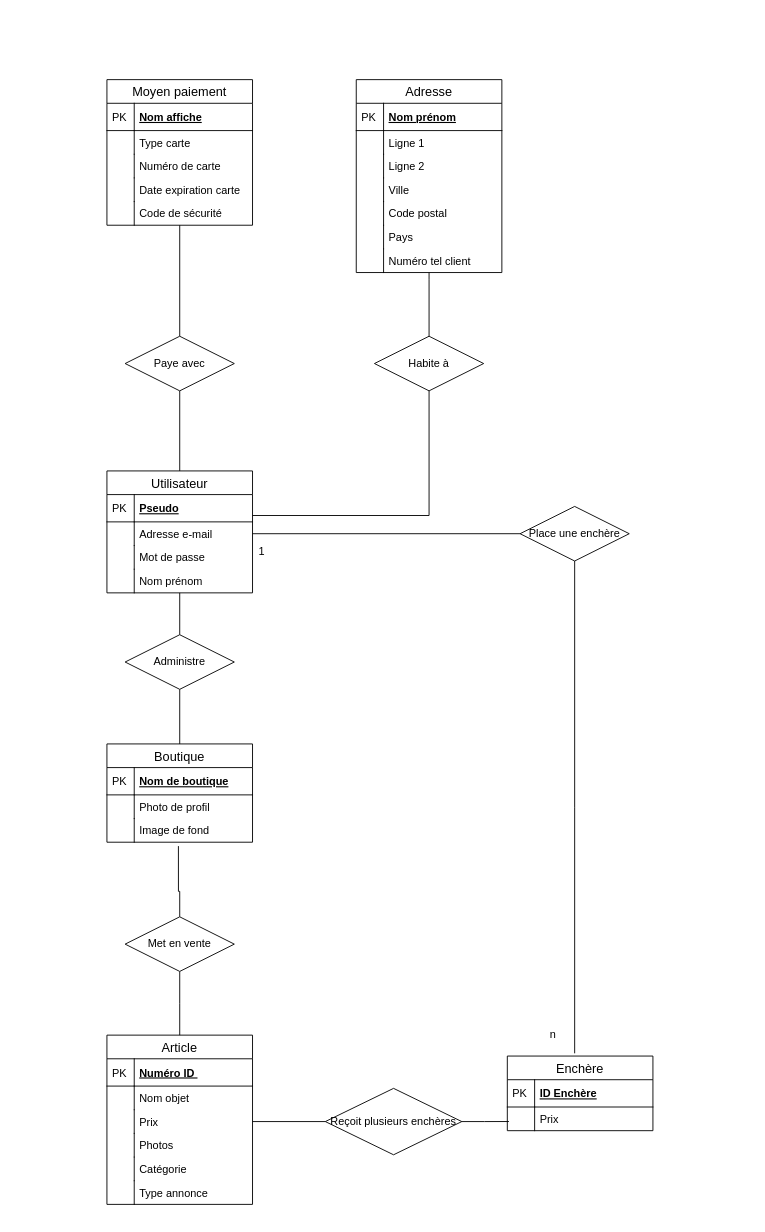
This is Untitled Diagram.drawio from mathis-brionne/PiscineING3, a draw.io file, before an edit. Source tidied: cells renumbered, new cells numbered last; positions are measured from the earlier drawing's top-left corner, leaving out a move shared by most shapes. Both pictures are drawn from the tidied source at 91%, with x=0, y=0 at pixel (106, 79).
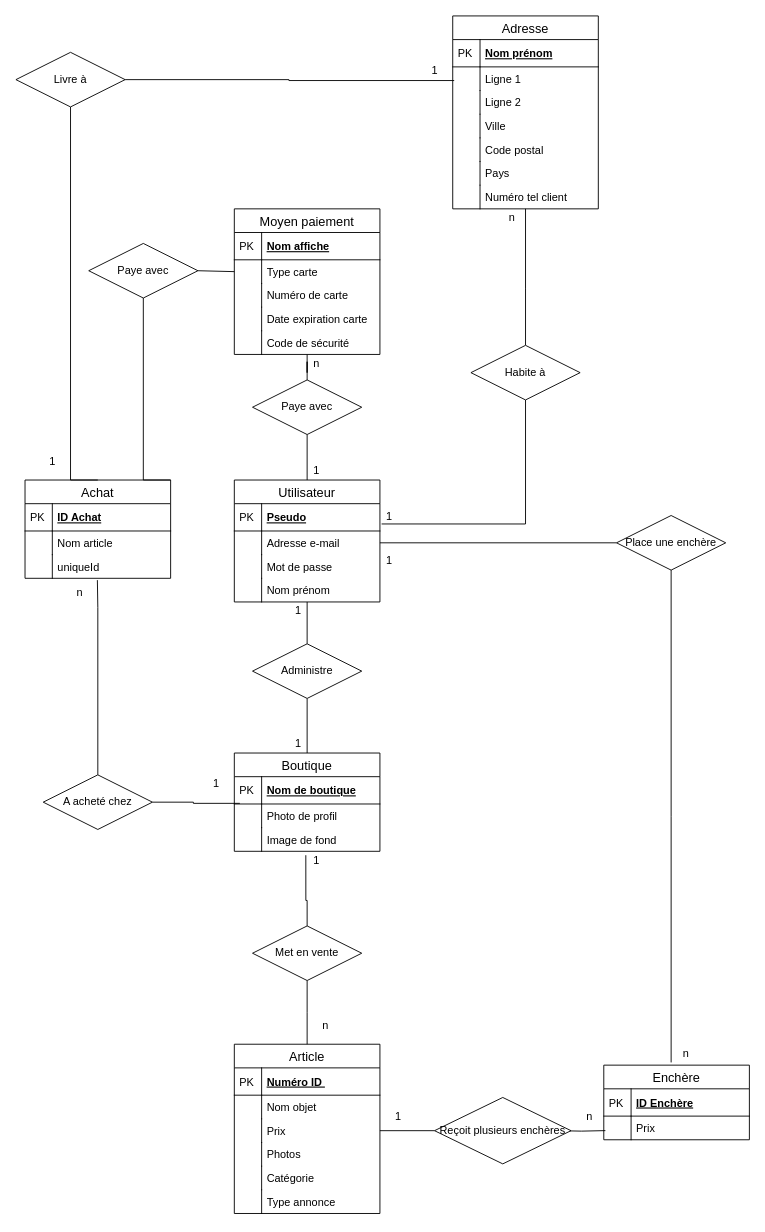
Above is the later version.

The change refers to these unchanged cells:
```xml
<mxCell id="6" value="Type carte" style="shape=partialRectangle;top=0;left=0;right=0;bottom=0;align=left;verticalAlign=top;fillColor=none;spacingLeft=34;spacingRight=4;overflow=hidden;points=[[0,0.5],[1,0.5]];portConstraint=eastwest;fontSize=12;" parent="3" vertex="1">
  <mxGeometry y="56" width="160" height="26" as="geometry" />
</mxCell>
<mxCell id="19" value="Ligne 2" style="shape=partialRectangle;top=0;left=0;right=0;bottom=0;align=left;verticalAlign=top;fillColor=none;spacingLeft=34;spacingRight=4;overflow=hidden;points=[[0,0.5],[1,0.5]];portConstraint=eastwest;fontSize=12;" parent="14" vertex="1">
  <mxGeometry y="82" width="160" height="26" as="geometry" />
</mxCell>
<mxCell id="27" value="Numéro tel client" style="shape=partialRectangle;top=0;left=0;right=0;bottom=0;align=left;verticalAlign=top;fillColor=none;spacingLeft=34;spacingRight=4;overflow=hidden;points=[[0,0.5],[1,0.5]];portConstraint=eastwest;fontSize=12;" parent="14" vertex="1">
  <mxGeometry y="186" width="160" height="26" as="geometry" />
</mxCell>
<mxCell id="42" value="Photo de profil" style="shape=partialRectangle;top=0;left=0;right=0;bottom=0;align=left;verticalAlign=top;fillColor=none;spacingLeft=34;spacingRight=4;overflow=hidden;points=[[0,0.5],[1,0.5]];portConstraint=eastwest;fontSize=12;" parent="39" vertex="1">
  <mxGeometry y="56" width="160" height="26" as="geometry" />
</mxCell>
<mxCell id="44" value="Image de fond" style="shape=partialRectangle;top=0;left=0;right=0;bottom=0;align=left;verticalAlign=top;fillColor=none;spacingLeft=34;spacingRight=4;overflow=hidden;points=[[0,0.5],[1,0.5]];portConstraint=eastwest;fontSize=12;" parent="39" vertex="1">
  <mxGeometry y="82" width="160" height="26" as="geometry" />
</mxCell>
<mxCell id="62" value="Prix" style="shape=partialRectangle;top=0;left=0;right=0;bottom=0;align=left;verticalAlign=top;fillColor=none;spacingLeft=34;spacingRight=4;overflow=hidden;points=[[0,0.5],[1,0.5]];portConstraint=eastwest;fontSize=12;" parent="59" vertex="1">
  <mxGeometry y="56" width="160" height="26" as="geometry" />
</mxCell>
```

Change to the diagram source:
```diff
@@
     <mxCell id="3" value="Moyen paiement" style="swimlane;fontStyle=0;horizontal=1;startSize=26;align=center;fontSize=14;" parent="1" vertex="1">
-      <mxGeometry width="160" height="160" as="geometry" />
+      <mxGeometry x="140" y="142" width="160" height="160" as="geometry" />
     </mxCell>
@@
     <mxCell id="14" value="Adresse" style="swimlane;fontStyle=0;horizontal=1;startSize=26;align=center;fontSize=14;" parent="1" vertex="1">
-      <mxGeometry x="274" width="160" height="212" as="geometry" />
+      <mxGeometry x="380" y="-70" width="160" height="212" as="geometry" />
     </mxCell>
@@
     <mxCell id="30" value="Utilisateur" style="swimlane;fontStyle=0;horizontal=1;startSize=26;align=center;fontSize=14;" parent="1" vertex="1">
-      <mxGeometry y="430" width="160" height="134" as="geometry" />
+      <mxGeometry x="140" y="440" width="160" height="134" as="geometry" />
     </mxCell>
@@
     <mxCell id="39" value="Boutique" style="swimlane;fontStyle=0;horizontal=1;startSize=26;align=center;fontSize=14;" parent="1" vertex="1">
-      <mxGeometry y="730" width="160" height="108" as="geometry" />
+      <mxGeometry x="140" y="740" width="160" height="108" as="geometry" />
     </mxCell>
@@
     <mxCell id="46" value="Article" style="swimlane;fontStyle=0;horizontal=1;startSize=26;align=center;fontSize=14;" parent="1" vertex="1">
-      <mxGeometry y="1050" width="160" height="186" as="geometry" />
+      <mxGeometry x="140" y="1060" width="160" height="186" as="geometry" />
     </mxCell>
@@
     <mxCell id="59" value="Enchère" style="swimlane;fontStyle=0;horizontal=1;startSize=26;align=center;fontSize=14;" parent="1" vertex="1">
-      <mxGeometry x="440" y="1073" width="160" height="82" as="geometry" />
+      <mxGeometry x="546" y="1083" width="160" height="82" as="geometry" />
     </mxCell>
@@
-    <mxCell id="65" style="edgeStyle=orthogonalEdgeStyle;rounded=0;jettySize=auto;html=1;endArrow=none;endFill=0;entryX=0.011;entryY=0.613;entryDx=0;entryDy=0;entryPerimeter=0;" parent="1" edge="1" source="66" target="62">
-      <mxGeometry relative="1" as="geometry" />
+    <mxCell id="65" style="edgeStyle=orthogonalEdgeStyle;rounded=0;jettySize=auto;html=1;endArrow=none;endFill=0;entryX=0.011;entryY=0.613;entryDx=0;entryDy=0;entryPerimeter=0;" parent="1" edge="1" target="62">
+      <mxGeometry relative="1" as="geometry">
+        <mxPoint x="496" y="1155" as="sourcePoint" />
+      </mxGeometry>
     </mxCell>
     <mxCell id="66" value="Reçoit plusieurs enchères" style="shape=rhombus;perimeter=rhombusPerimeter;whiteSpace=wrap;html=1;align=center;" parent="1" vertex="1">
-      <mxGeometry x="240" y="1108.5" width="150" height="73" as="geometry" />
+      <mxGeometry x="360" y="1118.5" width="150" height="73" as="geometry" />
     </mxCell>
     <mxCell id="67" style="edgeStyle=orthogonalEdgeStyle;rounded=0;jettySize=auto;html=1;endArrow=none;endFill=0;entryX=0.491;entryY=1.165;entryDx=0;entryDy=0;entryPerimeter=0;" parent="1" edge="1" source="69" target="44">
       <mxGeometry relative="1" as="geometry">
         <Array as="points">
-          <mxPoint x="80" y="892" />
-          <mxPoint x="79" y="892" />
+          <mxPoint x="220" y="902" />
+          <mxPoint x="219" y="902" />
         </Array>
       </mxGeometry>
     </mxCell>
     <mxCell id="68" style="edgeStyle=orthogonalEdgeStyle;rounded=0;jettySize=auto;html=1;endArrow=none;endFill=0;" parent="1" edge="1" source="69">
       <mxGeometry relative="1" as="geometry">
-        <mxPoint x="80" y="1050" as="targetPoint" />
+        <mxPoint x="220" y="1060" as="targetPoint" />
       </mxGeometry>
     </mxCell>
     <mxCell id="69" value="Met en vente" style="shape=rhombus;perimeter=rhombusPerimeter;whiteSpace=wrap;html=1;align=center;" parent="1" vertex="1">
-      <mxGeometry x="20" y="920" width="120" height="60" as="geometry" />
+      <mxGeometry x="160" y="930" width="120" height="60" as="geometry" />
     </mxCell>
@@
     <mxCell id="71" value="Administre" style="shape=rhombus;perimeter=rhombusPerimeter;whiteSpace=wrap;html=1;align=center;" parent="1" vertex="1">
-      <mxGeometry x="20" y="610" width="120" height="60" as="geometry" />
+      <mxGeometry x="160" y="620" width="120" height="60" as="geometry" />
     </mxCell>
@@
     <mxCell id="73" style="edgeStyle=orthogonalEdgeStyle;rounded=0;jettySize=auto;html=1;endArrow=none;endFill=0;" parent="1" edge="1" source="74">
       <mxGeometry relative="1" as="geometry">
-        <mxPoint x="514" y="1070" as="targetPoint" />
+        <mxPoint x="620" y="1080" as="targetPoint" />
       </mxGeometry>
     </mxCell>
     <mxCell id="74" value="Place une enchère" style="shape=rhombus;perimeter=rhombusPerimeter;whiteSpace=wrap;html=1;align=center;" parent="1" vertex="1">
-      <mxGeometry x="454" y="469" width="120" height="60" as="geometry" />
+      <mxGeometry x="560" y="479" width="120" height="60" as="geometry" />
     </mxCell>
@@
     <mxCell id="76" value="Paye avec" style="shape=rhombus;perimeter=rhombusPerimeter;whiteSpace=wrap;html=1;align=center;" parent="1" vertex="1">
-      <mxGeometry x="20" y="282" width="120" height="60" as="geometry" />
+      <mxGeometry x="160" y="330" width="120" height="60" as="geometry" />
     </mxCell>
-    <mxCell id="77" style="edgeStyle=orthogonalEdgeStyle;rounded=0;jettySize=auto;html=1;endArrow=none;endFill=0;" parent="1" edge="1" source="79">
+    <mxCell id="77" style="edgeStyle=orthogonalEdgeStyle;rounded=0;jettySize=auto;html=1;endArrow=none;endFill=0;entryX=0.093;entryY=0.914;entryDx=0;entryDy=0;entryPerimeter=0;" parent="1" edge="1" source="79" target="86">
       <mxGeometry relative="1" as="geometry">
-        <mxPoint x="160" y="479" as="targetPoint" />
         <Array as="points">
-          <mxPoint x="354" y="479" />
+          <mxPoint x="460" y="488" />
         </Array>
       </mxGeometry>
     </mxCell>
     <mxCell id="78" style="edgeStyle=orthogonalEdgeStyle;rounded=0;jettySize=auto;html=1;endArrow=none;endFill=0;" parent="1" edge="1" source="79" target="27">
       <mxGeometry relative="1" as="geometry">
         <Array as="points">
-          <mxPoint x="354" y="220" />
-          <mxPoint x="354" y="220" />
+          <mxPoint x="460" y="230" />
+          <mxPoint x="460" y="230" />
         </Array>
       </mxGeometry>
     </mxCell>
     <mxCell id="79" value="Habite à" style="shape=rhombus;perimeter=rhombusPerimeter;whiteSpace=wrap;html=1;align=center;" parent="1" vertex="1">
-      <mxGeometry x="294" y="282" width="120" height="60" as="geometry" />
+      <mxGeometry x="400" y="292" width="120" height="60" as="geometry" />
     </mxCell>
     <mxCell id="80" value="1" style="text;html=1;align=center;verticalAlign=middle;" parent="1" vertex="1">
-      <mxGeometry x="160" y="509" width="20" height="20" as="geometry" />
+      <mxGeometry x="300" y="519" width="20" height="20" as="geometry" />
     </mxCell>
     <mxCell id="81" value="n" style="text;html=1;align=center;verticalAlign=middle;" parent="1" vertex="1">
-      <mxGeometry x="480" y="1040" width="20" height="20" as="geometry" />
+      <mxGeometry x="626" y="1060" width="20" height="20" as="geometry" />
     </mxCell>
+    <mxCell id="82" value="1" style="text;html=1;align=center;verticalAlign=middle;" parent="1" vertex="1">
+      <mxGeometry x="310" y="1130" width="20" height="20" as="geometry" />
+    </mxCell>
+    <mxCell id="83" value="n" style="text;html=1;align=center;verticalAlign=middle;" parent="1" vertex="1">
+      <mxGeometry x="520" y="1130" width="20" height="20" as="geometry" />
+    </mxCell>
+    <mxCell id="84" value="1" style="text;html=1;align=center;verticalAlign=middle;" parent="1" vertex="1">
+      <mxGeometry x="220" y="420" width="20" height="20" as="geometry" />
+    </mxCell>
+    <mxCell id="85" value="n" style="text;html=1;align=center;verticalAlign=middle;" parent="1" vertex="1">
+      <mxGeometry x="220" y="302" width="20" height="20" as="geometry" />
+    </mxCell>
+    <mxCell id="86" value="1" style="text;html=1;align=center;verticalAlign=middle;points=[];" parent="1" vertex="1">
+      <mxGeometry x="300" y="470" width="20" height="20" as="geometry" />
+    </mxCell>
+    <mxCell id="87" value="n" style="text;html=1;align=center;verticalAlign=middle;" parent="1" vertex="1">
+      <mxGeometry x="435" y="142" width="20" height="20" as="geometry" />
+    </mxCell>
+    <mxCell id="88" value="1" style="text;html=1;align=center;verticalAlign=middle;" parent="1" vertex="1">
+      <mxGeometry x="200" y="574" width="20" height="20" as="geometry" />
+    </mxCell>
+    <mxCell id="89" value="1" style="text;html=1;align=center;verticalAlign=middle;" parent="1" vertex="1">
+      <mxGeometry x="200" y="720" width="20" height="20" as="geometry" />
+    </mxCell>
+    <mxCell id="90" value="Achat" style="swimlane;fontStyle=0;horizontal=1;startSize=26;align=center;fontSize=14;" parent="1" vertex="1">
+      <mxGeometry x="-90" y="440" width="160" height="108" as="geometry" />
+    </mxCell>
+    <mxCell id="91" value="ID Achat" style="shape=partialRectangle;top=0;left=0;right=0;bottom=1;align=left;verticalAlign=middle;fillColor=none;spacingLeft=34;spacingRight=4;overflow=hidden;fontStyle=5;fontSize=12;" parent="90" vertex="1">
+      <mxGeometry y="26" width="160" height="30" as="geometry" />
+    </mxCell>
+    <mxCell id="92" value="PK" style="shape=partialRectangle;top=0;left=0;bottom=0;fillColor=none;align=left;verticalAlign=middle;spacingLeft=4;spacingRight=4;overflow=hidden;fontSize=12;" parent="91" vertex="1">
+      <mxGeometry width="30" height="30" as="geometry" />
+    </mxCell>
+    <mxCell id="93" value="Nom article" style="shape=partialRectangle;top=0;left=0;right=0;bottom=0;align=left;verticalAlign=top;fillColor=none;spacingLeft=34;spacingRight=4;overflow=hidden;fontSize=12;" parent="90" vertex="1">
+      <mxGeometry y="56" width="160" height="26" as="geometry" />
+    </mxCell>
+    <mxCell id="94" style="shape=partialRectangle;top=0;left=0;bottom=0;fillColor=none;align=left;verticalAlign=top;spacingLeft=4;spacingRight=4;overflow=hidden;fontSize=12;" parent="93" vertex="1">
+      <mxGeometry width="30" height="26" as="geometry" />
+    </mxCell>
+    <mxCell id="95" value="uniqueId" style="shape=partialRectangle;top=0;left=0;right=0;bottom=0;align=left;verticalAlign=top;fillColor=none;spacingLeft=34;spacingRight=4;overflow=hidden;points=[[0,0.5],[1,0.5]];portConstraint=eastwest;fontSize=12;" parent="90" vertex="1">
+      <mxGeometry y="82" width="160" height="26" as="geometry" />
+    </mxCell>
+    <mxCell id="96" style="shape=partialRectangle;top=0;left=0;bottom=0;fillColor=none;align=left;verticalAlign=top;spacingLeft=4;spacingRight=4;overflow=hidden;fontSize=12;" parent="95" vertex="1">
+      <mxGeometry width="30" height="26" as="geometry" />
+    </mxCell>
+    <mxCell id="97" style="edgeStyle=orthogonalEdgeStyle;rounded=0;jettySize=auto;html=1;endArrow=none;endFill=0;entryX=0.01;entryY=-0.423;entryDx=0;entryDy=0;entryPerimeter=0;" parent="1" edge="1" source="99" target="19">
+      <mxGeometry relative="1" as="geometry" />
+    </mxCell>
+    <mxCell id="98" style="edgeStyle=orthogonalEdgeStyle;rounded=0;jettySize=auto;html=1;endArrow=none;endFill=0;entryX=0.5;entryY=0;entryDx=0;entryDy=0;" parent="1" edge="1" source="99" target="90">
+      <mxGeometry relative="1" as="geometry">
+        <Array as="points">
+          <mxPoint x="-40" y="440" />
+        </Array>
+      </mxGeometry>
+    </mxCell>
+    <mxCell id="99" value="Livre à" style="shape=rhombus;perimeter=rhombusPerimeter;whiteSpace=wrap;html=1;align=center;" parent="1" vertex="1">
+      <mxGeometry x="-100" y="-30" width="120" height="60" as="geometry" />
+    </mxCell>
+    <mxCell id="100" style="edgeStyle=orthogonalEdgeStyle;rounded=0;jettySize=auto;html=1;endArrow=none;endFill=0;entryX=1;entryY=0;entryDx=0;entryDy=0;" parent="1" edge="1" source="101" target="90">
+      <mxGeometry relative="1" as="geometry">
+        <Array as="points">
+          <mxPoint x="40" y="440" />
+        </Array>
+      </mxGeometry>
+    </mxCell>
+    <mxCell id="101" value="Paye avec" style="shape=rhombus;perimeter=rhombusPerimeter;whiteSpace=wrap;html=1;align=center;" parent="1" vertex="1">
+      <mxGeometry x="-20" y="180" width="120" height="60" as="geometry" />
+    </mxCell>
+    <mxCell id="102" style="endArrow=none;html=1;exitX=1;exitY=0.5;exitDx=0;exitDy=0;entryX=0;entryY=0.5;entryDx=0;entryDy=0;" parent="1" edge="1" source="101" target="6">
+      <mxGeometry relative="1" as="geometry" />
+    </mxCell>
+    <mxCell id="103" style="edgeStyle=orthogonalEdgeStyle;rounded=0;jettySize=auto;html=1;endArrow=none;endFill=0;entryX=0.497;entryY=1.077;entryDx=0;entryDy=0;entryPerimeter=0;" parent="1" edge="1" source="105" target="95">
+      <mxGeometry relative="1" as="geometry">
+        <Array as="points">
+          <mxPoint x="-10" y="580" />
+          <mxPoint x="-10" y="580" />
+        </Array>
+      </mxGeometry>
+    </mxCell>
+    <mxCell id="104" style="edgeStyle=orthogonalEdgeStyle;rounded=0;jettySize=auto;html=1;endArrow=none;endFill=0;entryX=0.038;entryY=-0.027;entryDx=0;entryDy=0;entryPerimeter=0;" parent="1" edge="1" source="105" target="42">
+      <mxGeometry relative="1" as="geometry">
+        <Array as="points">
+          <mxPoint x="95" y="794" />
+          <mxPoint x="146" y="795" />
+        </Array>
+      </mxGeometry>
+    </mxCell>
+    <mxCell id="105" value="A acheté chez" style="shape=rhombus;perimeter=rhombusPerimeter;whiteSpace=wrap;html=1;align=center;" parent="1" vertex="1">
+      <mxGeometry x="-70" y="764" width="120" height="60" as="geometry" />
+    </mxCell>
+    <mxCell id="106" value="1" style="text;html=1;align=center;verticalAlign=middle;" parent="1" vertex="1">
+      <mxGeometry x="-70" y="410" width="20" height="20" as="geometry" />
+    </mxCell>
+    <mxCell id="107" value="1" style="text;html=1;align=center;verticalAlign=middle;" parent="1" vertex="1">
+      <mxGeometry x="350" y="-20" width="20" height="20" as="geometry" />
+    </mxCell>
+    <mxCell id="108" value="1" style="text;html=1;align=center;verticalAlign=middle;" parent="1" vertex="1">
+      <mxGeometry x="110" y="764" width="20" height="20" as="geometry" />
+    </mxCell>
+    <mxCell id="109" value="n" style="text;html=1;align=center;verticalAlign=middle;" parent="1" vertex="1">
+      <mxGeometry x="-40" y="554" width="20" height="20" as="geometry" />
+    </mxCell>
+    <mxCell id="110" value="1" style="text;html=1;align=center;verticalAlign=middle;" parent="1" vertex="1">
+      <mxGeometry x="220" y="848" width="20" height="20" as="geometry" />
+    </mxCell>
+    <mxCell id="111" value="n" style="text;html=1;align=center;verticalAlign=middle;" parent="1" vertex="1">
+      <mxGeometry x="230" y="1030" width="20" height="20" as="geometry" />
+    </mxCell>
```
